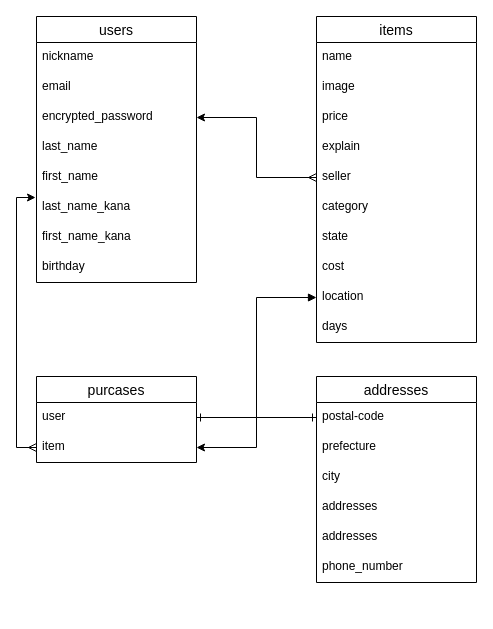
Earlier version of the draw.io diagram er.dio (sumino-hill/furima-35034). Source tidied: cells renumbered, new cells numbered last; positions are measured from the earlier drawing's top-left corner, leaving out a move shared by most shapes. Both pictures are drawn from the tidied source at 100%, with x=0, y=0 at pixel (36, 16).
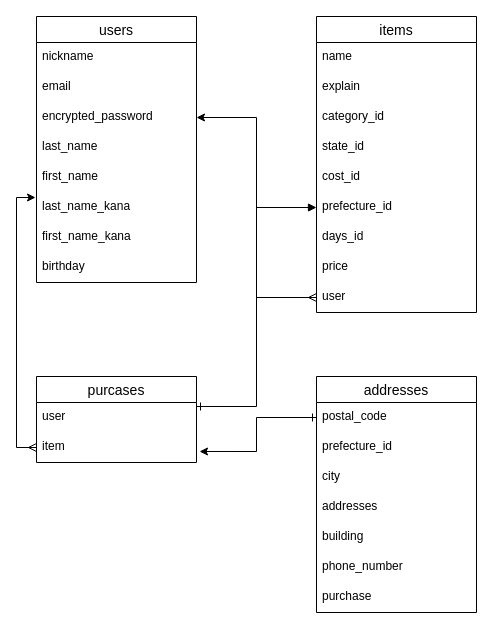
The same page after the edit.

Unchanged cells that the change refers to:
```xml
<mxCell id="30" value="user" style="text;strokeColor=none;fillColor=none;spacingLeft=4;spacingRight=4;overflow=hidden;points=[[0,0.5],[1,0.5]];portConstraint=eastwest;fontSize=12;" parent="29" vertex="1">
  <mxGeometry y="26" width="160" height="30" as="geometry" />
</mxCell>
<mxCell id="31" value="item" style="text;strokeColor=none;fillColor=none;spacingLeft=4;spacingRight=4;overflow=hidden;points=[[0,0.5],[1,0.5]];portConstraint=eastwest;fontSize=12;" parent="29" vertex="1">
  <mxGeometry y="56" width="160" height="30" as="geometry" />
</mxCell>
```

Diff of the diagram source:
```diff
@@
     <mxCell id="11" value="items" style="swimlane;fontStyle=0;horizontal=1;startSize=26;align=center;fontSize=14;" parent="1" vertex="1">
-      <mxGeometry x="280" width="160" height="326" as="geometry" />
+      <mxGeometry x="280" width="160" height="296" as="geometry" />
     </mxCell>
@@
-    <mxCell id="13" value="image" style="text;strokeColor=none;fillColor=none;spacingLeft=4;spacingRight=4;overflow=hidden;fontSize=12;" parent="11" vertex="1">
-      <mxGeometry y="56" width="160" height="30" as="geometry" />
-    </mxCell>
-    <mxCell id="14" value="price" style="text;strokeColor=none;fillColor=none;spacingLeft=4;spacingRight=4;overflow=hidden;fontSize=12;" parent="11" vertex="1">
-      <mxGeometry y="86" width="160" height="30" as="geometry" />
-    </mxCell>
     <mxCell id="15" value="explain" style="text;strokeColor=none;fillColor=none;spacingLeft=4;spacingRight=4;overflow=hidden;fontSize=12;" parent="11" vertex="1">
-      <mxGeometry y="116" width="160" height="30" as="geometry" />
+      <mxGeometry y="56" width="160" height="30" as="geometry" />
     </mxCell>
-    <mxCell id="16" value="seller" style="text;strokeColor=none;fillColor=none;spacingLeft=4;spacingRight=4;overflow=hidden;points=[[0,0.5],[1,0.5]];portConstraint=eastwest;fontSize=12;" parent="11" vertex="1">
-      <mxGeometry y="146" width="160" height="30" as="geometry" />
-    </mxCell>
-    <mxCell id="17" value="category" style="text;strokeColor=none;fillColor=none;spacingLeft=4;spacingRight=4;overflow=hidden;fontSize=12;" parent="11" vertex="1">
-      <mxGeometry y="176" width="160" height="30" as="geometry" />
+    <mxCell id="17" value="category_id" style="text;strokeColor=none;fillColor=none;spacingLeft=4;spacingRight=4;overflow=hidden;fontSize=12;" parent="11" vertex="1">
+      <mxGeometry y="86" width="160" height="30" as="geometry" />
     </mxCell>
-    <mxCell id="18" value="state" style="text;strokeColor=none;fillColor=none;spacingLeft=4;spacingRight=4;overflow=hidden;fontSize=12;" parent="11" vertex="1">
-      <mxGeometry y="206" width="160" height="30" as="geometry" />
+    <mxCell id="18" value="state_id" style="text;strokeColor=none;fillColor=none;spacingLeft=4;spacingRight=4;overflow=hidden;fontSize=12;" parent="11" vertex="1">
+      <mxGeometry y="116" width="160" height="30" as="geometry" />
     </mxCell>
-    <mxCell id="19" value="cost" style="text;strokeColor=none;fillColor=none;spacingLeft=4;spacingRight=4;overflow=hidden;fontSize=12;" parent="11" vertex="1">
-      <mxGeometry y="236" width="160" height="30" as="geometry" />
+    <mxCell id="19" value="cost_id" style="text;strokeColor=none;fillColor=none;spacingLeft=4;spacingRight=4;overflow=hidden;fontSize=12;" parent="11" vertex="1">
+      <mxGeometry y="146" width="160" height="30" as="geometry" />
     </mxCell>
-    <mxCell id="20" value="location" style="text;strokeColor=none;fillColor=none;spacingLeft=4;spacingRight=4;overflow=hidden;points=[[0,0.5],[1,0.5]];portConstraint=eastwest;fontSize=12;" parent="11" vertex="1">
-      <mxGeometry y="266" width="160" height="30" as="geometry" />
+    <mxCell id="20" value="prefecture_id" style="text;strokeColor=none;fillColor=none;spacingLeft=4;spacingRight=4;overflow=hidden;points=[[0,0.5],[1,0.5]];portConstraint=eastwest;fontSize=12;" parent="11" vertex="1">
+      <mxGeometry y="176" width="160" height="30" as="geometry" />
     </mxCell>
-    <mxCell id="21" value="days" style="text;strokeColor=none;fillColor=none;spacingLeft=4;spacingRight=4;overflow=hidden;fontSize=12;" parent="11" vertex="1">
-      <mxGeometry y="296" width="160" height="30" as="geometry" />
+    <mxCell id="21" value="days_id" style="text;strokeColor=none;fillColor=none;spacingLeft=4;spacingRight=4;overflow=hidden;fontSize=12;" parent="11" vertex="1">
+      <mxGeometry y="206" width="160" height="30" as="geometry" />
     </mxCell>
+    <mxCell id="14" value="price" style="text;strokeColor=none;fillColor=none;spacingLeft=4;spacingRight=4;overflow=hidden;fontSize=12;" parent="11" vertex="1">
+      <mxGeometry y="236" width="160" height="30" as="geometry" />
+    </mxCell>
+    <mxCell id="16" value="user" style="text;strokeColor=none;fillColor=none;spacingLeft=4;spacingRight=4;overflow=hidden;points=[[0,0.5],[1,0.5]];portConstraint=eastwest;fontSize=12;" parent="11" vertex="1">
+      <mxGeometry y="266" width="160" height="30" as="geometry" />
+    </mxCell>
     <mxCell id="22" value="addresses" style="swimlane;fontStyle=0;horizontal=1;startSize=26;align=center;fontSize=14;" parent="1" vertex="1">
-      <mxGeometry x="280" y="360" width="160" height="206" as="geometry" />
+      <mxGeometry x="280" y="360" width="160" height="236" as="geometry" />
     </mxCell>
-    <mxCell id="23" value="postal-code" style="text;strokeColor=none;fillColor=none;spacingLeft=4;spacingRight=4;overflow=hidden;points=[[0,0.5],[1,0.5]];portConstraint=eastwest;fontSize=12;" parent="22" vertex="1">
+    <mxCell id="23" value="postal_code" style="text;strokeColor=none;fillColor=none;spacingLeft=4;spacingRight=4;overflow=hidden;points=[[0,0.5],[1,0.5]];portConstraint=eastwest;fontSize=12;" parent="22" vertex="1">
       <mxGeometry y="26" width="160" height="30" as="geometry" />
     </mxCell>
-    <mxCell id="24" value="prefecture" style="text;strokeColor=none;fillColor=none;spacingLeft=4;spacingRight=4;overflow=hidden;fontSize=12;" parent="22" vertex="1">
+    <mxCell id="24" value="prefecture_id" style="text;strokeColor=none;fillColor=none;spacingLeft=4;spacingRight=4;overflow=hidden;fontSize=12;" parent="22" vertex="1">
       <mxGeometry y="56" width="160" height="30" as="geometry" />
     </mxCell>
@@
-    <mxCell id="27" value="addresses" style="text;strokeColor=none;fillColor=none;spacingLeft=4;spacingRight=4;overflow=hidden;fontSize=12;" parent="22" vertex="1">
+    <mxCell id="27" value="building" style="text;strokeColor=none;fillColor=none;spacingLeft=4;spacingRight=4;overflow=hidden;fontSize=12;" parent="22" vertex="1">
       <mxGeometry y="146" width="160" height="30" as="geometry" />
     </mxCell>
@@
+    <mxCell id="36" value="purchase" style="text;strokeColor=none;fillColor=none;spacingLeft=4;spacingRight=4;overflow=hidden;fontSize=12;" parent="22" vertex="1">
+      <mxGeometry y="206" width="160" height="30" as="geometry" />
+    </mxCell>
@@
-    <mxCell id="34" style="edgeStyle=orthogonalEdgeStyle;rounded=0;jettySize=auto;html=1;exitX=1;exitY=0.5;exitDx=0;exitDy=0;entryX=0;entryY=0.5;entryDx=0;entryDy=0;startArrow=ERone;startFill=0;endArrow=block;endFill=1;" parent="1" edge="1" source="30" target="20">
+    <mxCell id="34" style="edgeStyle=orthogonalEdgeStyle;rounded=0;jettySize=auto;html=1;exitX=1;exitY=0.133;exitDx=0;exitDy=0;entryX=0;entryY=0.5;entryDx=0;entryDy=0;startArrow=ERone;startFill=0;endArrow=block;endFill=1;exitPerimeter=0;" parent="1" edge="1" source="30" target="20">
       <mxGeometry relative="1" as="geometry" />
     </mxCell>
-    <mxCell id="35" style="edgeStyle=orthogonalEdgeStyle;rounded=0;jettySize=auto;html=1;exitX=0;exitY=0.5;exitDx=0;exitDy=0;entryX=1;entryY=0.5;entryDx=0;entryDy=0;startArrow=ERone;startFill=0;endArrow=classic;endFill=1;" parent="1" edge="1" source="23" target="31">
+    <mxCell id="35" style="edgeStyle=orthogonalEdgeStyle;rounded=0;jettySize=auto;html=1;exitX=0;exitY=0.5;exitDx=0;exitDy=0;entryX=1.019;entryY=0.633;entryDx=0;entryDy=0;startArrow=ERone;startFill=0;endArrow=classic;endFill=1;entryPerimeter=0;" parent="1" edge="1" source="23" target="31">
       <mxGeometry relative="1" as="geometry" />
     </mxCell>
```
